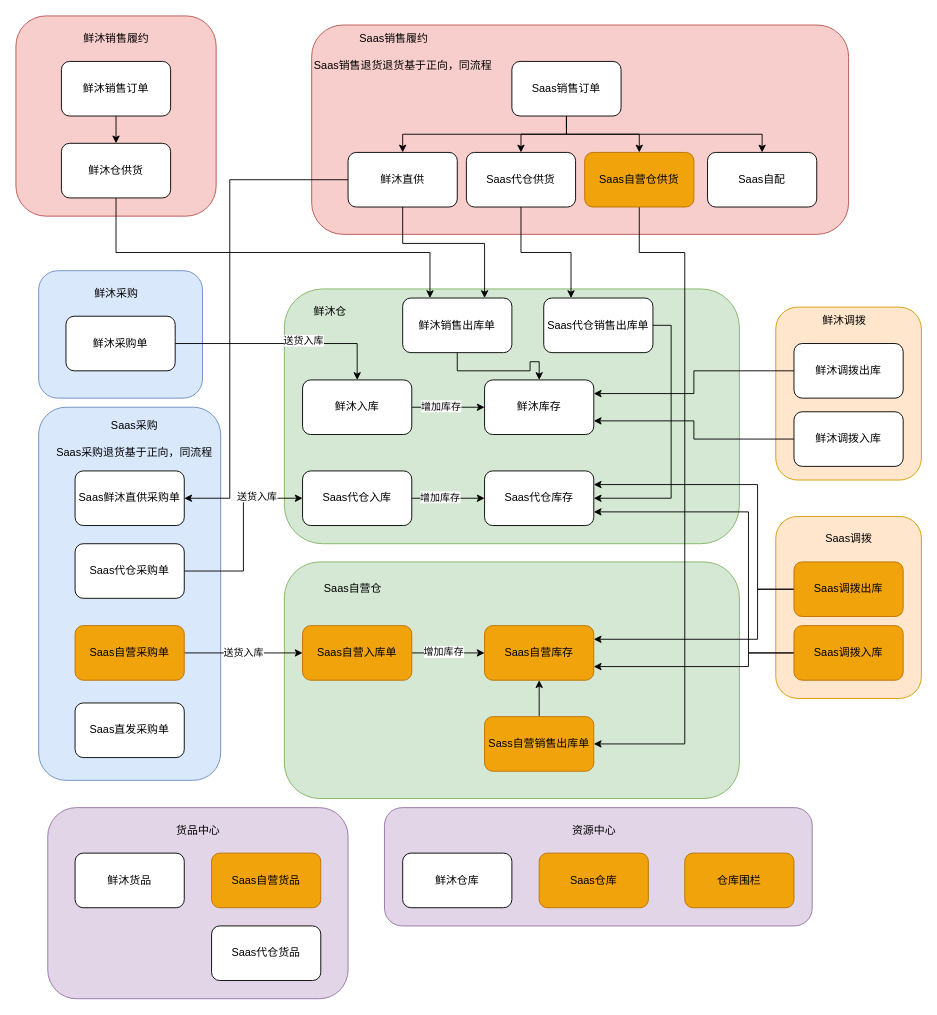
Before: draw.io/Saas化数据流.drawio in zzqfsy/zzqfsy.github.io, a draw.io diagram. Source tidied: cells renumbered, new cells numbered last; positions are measured from the earlier drawing's top-left corner, leaving out a move shared by most shapes. Both pictures are drawn from the tidied source at 91%, with x=0, y=0 at pixel (15, 15).
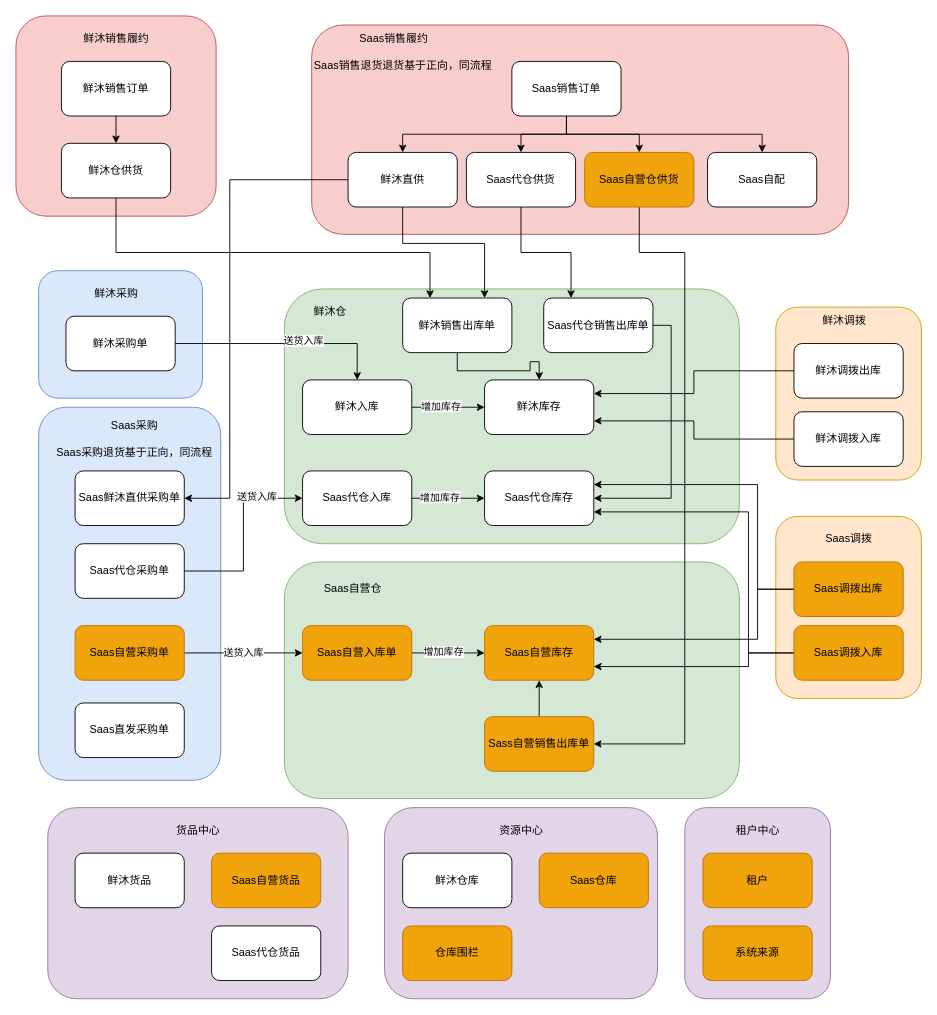
The same page after the edit.

Commit message (it also covers changes not shown here):
更新Saas化数据流.drawio

Diff of the diagram source:
```diff
@@
     <mxCell id="7" style="rounded=1;whiteSpace=wrap;html=1;fillColor=#e1d5e7;strokeColor=#9673a6;" parent="1" vertex="1">
-      <mxGeometry x="405" y="870" width="470" height="130" as="geometry" />
+      <mxGeometry x="405" y="870" width="300" height="210" as="geometry" />
     </mxCell>
@@
     <mxCell id="41" value="资源中心" style="text;html=1;align=center;verticalAlign=middle;strokeColor=none;fillColor=none;" parent="1" vertex="1">
-      <mxGeometry x="600" y="880" width="70" height="30" as="geometry" />
+      <mxGeometry x="520" y="880" width="70" height="30" as="geometry" />
     </mxCell>
     <mxCell id="42" value="仓库围栏" style="rounded=1;whiteSpace=wrap;html=1;fillColor=#f0a30a;fontColor=#000000;strokeColor=#BD7000;" parent="1" vertex="1">
-      <mxGeometry x="735" y="920" width="120" height="60" as="geometry" />
+      <mxGeometry x="425" y="1000" width="120" height="60" as="geometry" />
     </mxCell>
@@
+    <mxCell id="85" style="rounded=1;whiteSpace=wrap;html=1;fillColor=#e1d5e7;strokeColor=#9673a6;" parent="1" vertex="1">
+      <mxGeometry x="735" y="870" width="160" height="210" as="geometry" />
+    </mxCell>
+    <mxCell id="86" value="租户" style="rounded=1;whiteSpace=wrap;html=1;fillColor=#f0a30a;fontColor=#000000;strokeColor=#BD7000;" parent="1" vertex="1">
+      <mxGeometry x="755" y="920" width="120" height="60" as="geometry" />
+    </mxCell>
+    <mxCell id="87" value="租户中心" style="text;html=1;align=center;verticalAlign=middle;strokeColor=none;fillColor=none;" parent="1" vertex="1">
+      <mxGeometry x="780" y="880" width="70" height="30" as="geometry" />
+    </mxCell>
+    <mxCell id="88" value="系统来源" style="rounded=1;whiteSpace=wrap;html=1;fillColor=#f0a30a;fontColor=#000000;strokeColor=#BD7000;" parent="1" vertex="1">
+      <mxGeometry x="755" y="1000" width="120" height="60" as="geometry" />
+    </mxCell>
```
